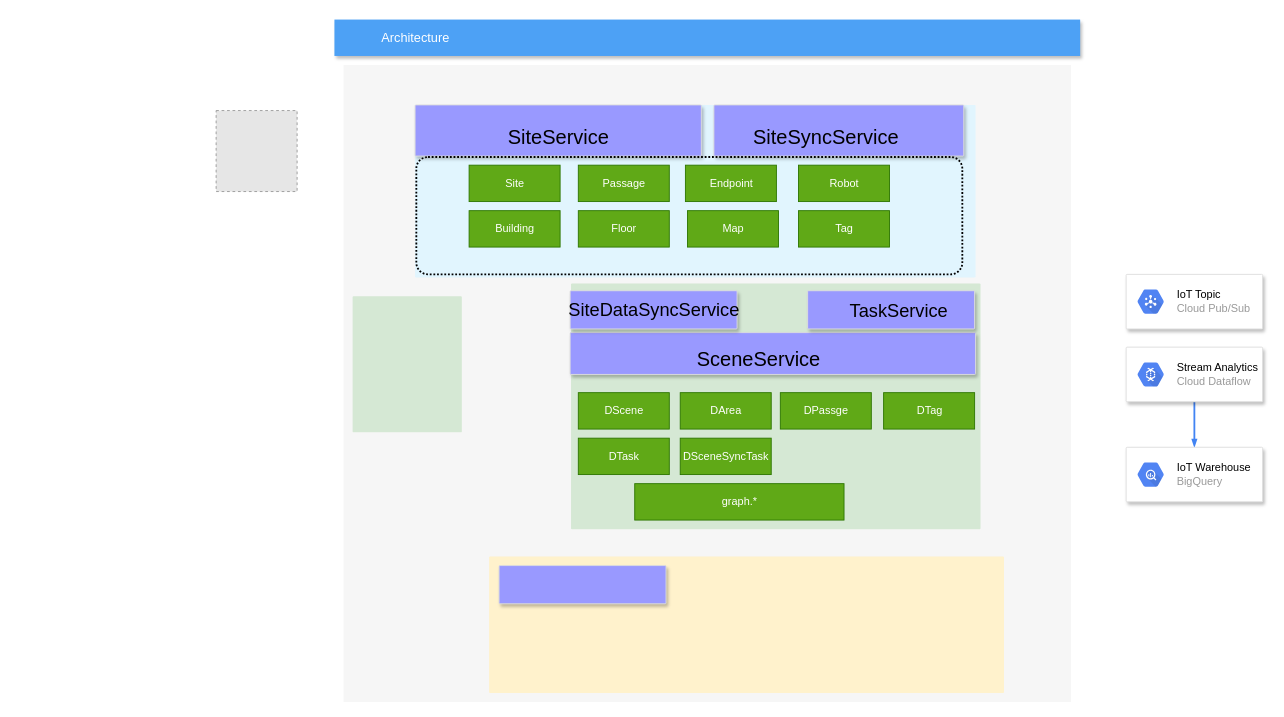
Before: craft/a_site_model_1.drawio in feihu618/drawio, a draw.io diagram. Source tidied: cells renumbered, new cells numbered last; positions are measured from the earlier drawing's top-left corner, leaving out a move shared by most shapes. Both pictures are drawn from the tidied source at 91%, with x=0, y=0 at pixel (216, 19). Pictures stored in the file or linked from it are replaced by grey dashed boxes.
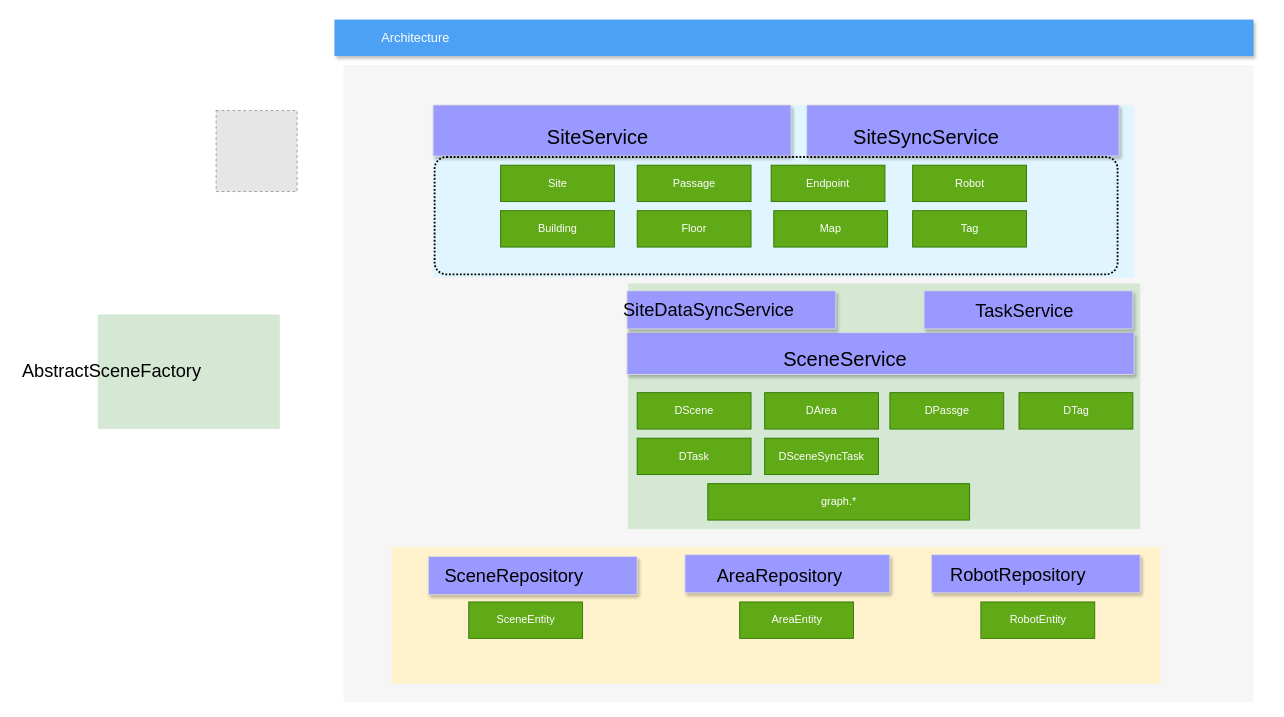
After the change.

Change to the diagram source:
```diff
@@
     <mxCell id="2" style="fillColor=#F6F6F6;strokeColor=none;shadow=0;gradientColor=none;fontSize=14;align=left;spacing=10;fontColor=#717171;9E9E9E;verticalAlign=top;spacingTop=-4;fontStyle=0;spacingLeft=40;html=1;" parent="1" vertex="1">
-      <mxGeometry x="140" y="50" width="799.5" height="700" as="geometry" />
+      <mxGeometry x="140" y="50" width="1000" height="700" as="geometry" />
     </mxCell>
     <mxCell id="3" style="rounded=1;absoluteArcSize=1;arcSize=2;html=1;strokeColor=none;gradientColor=none;shadow=0;dashed=0;strokeColor=none;fontSize=12;fontColor=#9E9E9E;align=left;verticalAlign=top;spacing=10;spacingTop=-4;fillColor=#E1F5FE;" parent="2" vertex="1">
-      <mxGeometry x="78.6" y="43.8" width="616" height="189.6" as="geometry" />
+      <mxGeometry x="98.4" y="43.8" width="770.5" height="189.6" as="geometry" />
     </mxCell>
     <mxCell id="4" style="strokeColor=#dddddd;fillColor=#9999FF;shadow=1;strokeWidth=1;rounded=1;absoluteArcSize=1;arcSize=2;fontSize=10;fontColor=#9E9E9E;align=center;html=1;" parent="2" vertex="1">
-      <mxGeometry x="78.6" y="43.8" width="314.6" height="56.2" as="geometry" />
+      <mxGeometry x="98.4" y="43.8" width="393.4" height="56.2" as="geometry" />
     </mxCell>
     <mxCell id="5" style="rounded=1;absoluteArcSize=1;arcSize=2;html=1;strokeColor=#82b366;shadow=0;dashed=0;strokeColor=none;fontSize=12;align=left;verticalAlign=top;spacing=10;spacingTop=-4;fillColor=#d5e8d4;" parent="2" vertex="1">
-      <mxGeometry x="250" y="240" width="450" height="270" as="geometry" />
+      <mxGeometry x="312.7" y="240" width="562.9" height="270" as="geometry" />
     </mxCell>
     <mxCell id="6" style="rounded=1;absoluteArcSize=1;arcSize=2;html=1;strokeColor=#d6b656;shadow=0;dashed=0;strokeColor=none;fontSize=12;align=left;verticalAlign=top;spacing=10;spacingTop=-4;fillColor=#fff2cc;" parent="2" vertex="1">
-      <mxGeometry x="160" y="540" width="565.8" height="150" as="geometry" />
+      <mxGeometry x="52.6" y="530" width="845.3" height="150" as="geometry" />
     </mxCell>
     <mxCell id="7" style="strokeColor=#dddddd;fillColor=#9999FF;shadow=1;strokeWidth=1;rounded=1;absoluteArcSize=1;arcSize=2;fontSize=10;fontColor=#9E9E9E;align=center;html=1;" parent="2" vertex="1">
-      <mxGeometry x="407" y="43.8" width="274.6" height="56.2" as="geometry" />
+      <mxGeometry x="509" y="43.8" width="343.4" height="56.2" as="geometry" />
     </mxCell>
     <mxCell id="8" style="strokeColor=#dddddd;fillColor=#9999FF;shadow=1;strokeWidth=1;rounded=1;absoluteArcSize=1;arcSize=2;fontSize=10;fontColor=#9E9E9E;align=center;html=1;" parent="2" vertex="1">
-      <mxGeometry x="249" y="294" width="445.6" height="46" as="geometry" />
+      <mxGeometry x="311.5" y="294" width="557.4" height="46" as="geometry" />
     </mxCell>
     <mxCell id="9" style="strokeColor=#dddddd;fillColor=#9999FF;shadow=1;strokeWidth=1;rounded=1;absoluteArcSize=1;arcSize=2;fontSize=10;fontColor=#9E9E9E;align=center;html=1;" parent="2" vertex="1">
-      <mxGeometry x="249" y="248" width="183.5" height="42" as="geometry" />
+      <mxGeometry x="311.5" y="248" width="229.5" height="42" as="geometry" />
     </mxCell>
-    <mxCell id="10" style="rounded=1;absoluteArcSize=1;arcSize=2;html=1;strokeColor=#82b366;shadow=0;dashed=0;strokeColor=none;fontSize=12;align=left;verticalAlign=top;spacing=10;spacingTop=-4;fillColor=#d5e8d4;" parent="2" vertex="1">
-      <mxGeometry x="10" y="254" width="120" height="149.6" as="geometry" />
-    </mxCell>
     <mxCell id="11" style="rounded=1;arcSize=10;dashed=1;fillColor=none;gradientColor=none;dashPattern=1 1;strokeWidth=2;" parent="2" vertex="1">
-      <mxGeometry x="80" y="101" width="600" height="129" as="geometry" />
+      <mxGeometry x="100.1" y="101" width="750.5" height="129" as="geometry" />
     </mxCell>
     <mxCell id="12" value="Site" style="html=1;dashed=0;whitespace=wrap;fillColor=#60a917;fontColor=#ffffff;strokeColor=#2D7600;" parent="2" vertex="1">
-      <mxGeometry x="138" y="110" width="100" height="40" as="geometry" />
+      <mxGeometry x="172.6" y="110" width="125.1" height="40" as="geometry" />
     </mxCell>
     <mxCell id="13" value="Building" style="html=1;dashed=0;whitespace=wrap;fillColor=#60a917;fontColor=#ffffff;strokeColor=#2D7600;" parent="2" vertex="1">
-      <mxGeometry x="138" y="160" width="100" height="40" as="geometry" />
+      <mxGeometry x="172.6" y="160" width="125.1" height="40" as="geometry" />
     </mxCell>
     <mxCell id="14" style="strokeColor=#dddddd;fillColor=#9999FF;shadow=1;strokeWidth=1;rounded=1;absoluteArcSize=1;arcSize=2;fontSize=10;fontColor=#9E9E9E;align=center;html=1;" parent="2" vertex="1">
-      <mxGeometry x="170.9" y="550" width="183.5" height="42" as="geometry" />
+      <mxGeometry x="93.2" y="540" width="229.5" height="42" as="geometry" />
     </mxCell>
     <mxCell id="15" value="Passage" style="html=1;dashed=0;whitespace=wrap;fillColor=#60a917;fontColor=#ffffff;strokeColor=#2D7600;" parent="2" vertex="1">
-      <mxGeometry x="258" y="110" width="100" height="40" as="geometry" />
+      <mxGeometry x="322.7" y="110" width="125.1" height="40" as="geometry" />
     </mxCell>
     <mxCell id="16" value="Floor" style="html=1;dashed=0;whitespace=wrap;fillColor=#60a917;fontColor=#ffffff;strokeColor=#2D7600;" parent="2" vertex="1">
-      <mxGeometry x="258" y="160" width="100" height="40" as="geometry" />
+      <mxGeometry x="322.7" y="160" width="125.1" height="40" as="geometry" />
     </mxCell>
     <mxCell id="17" value="Tag" style="html=1;dashed=0;whitespace=wrap;fillColor=#60a917;fontColor=#ffffff;strokeColor=#2D7600;" parent="2" vertex="1">
-      <mxGeometry x="500" y="160" width="100" height="40" as="geometry" />
+      <mxGeometry x="625.4" y="160" width="125.1" height="40" as="geometry" />
     </mxCell>
     <mxCell id="18" value="Endpoint" style="html=1;dashed=0;whitespace=wrap;fillColor=#60a917;fontColor=#ffffff;strokeColor=#2D7600;" parent="2" vertex="1">
-      <mxGeometry x="375.7" y="110" width="100" height="40" as="geometry" />
+      <mxGeometry x="469.9" y="110" width="125.1" height="40" as="geometry" />
     </mxCell>
     <mxCell id="19" value="Map" style="html=1;dashed=0;whitespace=wrap;fillColor=#60a917;fontColor=#ffffff;strokeColor=#2D7600;" parent="2" vertex="1">
-      <mxGeometry x="378" y="160" width="100" height="40" as="geometry" />
+      <mxGeometry x="472.8" y="160" width="125.1" height="40" as="geometry" />
     </mxCell>
     <mxCell id="20" value="DScene" style="html=1;dashed=0;whitespace=wrap;fillColor=#60a917;fontColor=#ffffff;strokeColor=#2D7600;" parent="2" vertex="1">
-      <mxGeometry x="258" y="360" width="100" height="40" as="geometry" />
+      <mxGeometry x="322.7" y="360" width="125.1" height="40" as="geometry" />
     </mxCell>
     <mxCell id="21" value="DArea" style="html=1;dashed=0;whitespace=wrap;fillColor=#60a917;fontColor=#ffffff;strokeColor=#2D7600;" parent="2" vertex="1">
-      <mxGeometry x="370" y="360" width="100" height="40" as="geometry" />
+      <mxGeometry x="462.8" y="360" width="125.1" height="40" as="geometry" />
     </mxCell>
     <mxCell id="22" value="DTag" style="html=1;dashed=0;whitespace=wrap;fillColor=#60a917;fontColor=#ffffff;strokeColor=#2D7600;" parent="2" vertex="1">
-      <mxGeometry x="593.5" y="360" width="100" height="40" as="geometry" />
+      <mxGeometry x="742.3" y="360" width="125.1" height="40" as="geometry" />
     </mxCell>
     <mxCell id="23" value="&lt;span style=&quot;font-size: 22px&quot;&gt;SiteService&lt;/span&gt;" style="text;html=1;align=center;verticalAlign=middle;fillColor=none;strokeColor=none;rounded=0;" parent="2" vertex="1">
-      <mxGeometry x="170.9" y="70" width="130" height="20" as="geometry" />
+      <mxGeometry x="213.8" y="70" width="130" height="20" as="geometry" />
     </mxCell>
     <mxCell id="24" value="SiteSyncService" style="text;html=1;align=center;verticalAlign=middle;fillColor=none;strokeColor=none;rounded=0;fontSize=22;" parent="2" vertex="1">
-      <mxGeometry x="440" y="65" width="180" height="30" as="geometry" />
+      <mxGeometry x="550.3" y="65" width="180" height="30" as="geometry" />
     </mxCell>
     <mxCell id="25" value="SceneService" style="text;html=1;align=center;verticalAlign=middle;fillColor=none;strokeColor=none;rounded=0;fontSize=22;" parent="2" vertex="1">
-      <mxGeometry x="380.7" y="309" width="150" height="30" as="geometry" />
+      <mxGeometry x="476.1" y="309" width="150" height="30" as="geometry" />
     </mxCell>
     <mxCell id="26" value="&lt;font style=&quot;font-size: 20px&quot;&gt;SiteDataSyncService&lt;/font&gt;" style="text;html=1;align=center;verticalAlign=middle;fillColor=none;strokeColor=none;rounded=0;fontSize=22;" parent="2" vertex="1">
-      <mxGeometry x="240.8" y="254" width="200" height="30" as="geometry" />
+      <mxGeometry x="301.2" y="254" width="200" height="30" as="geometry" />
     </mxCell>
     <mxCell id="27" style="strokeColor=#dddddd;fillColor=#9999FF;shadow=1;strokeWidth=1;rounded=1;absoluteArcSize=1;arcSize=2;fontSize=10;fontColor=#9E9E9E;align=center;html=1;" parent="2" vertex="1">
-      <mxGeometry x="510" y="248" width="183.5" height="42" as="geometry" />
+      <mxGeometry x="637.9" y="248" width="229.5" height="42" as="geometry" />
     </mxCell>
     <mxCell id="28" value="TaskService" style="text;html=1;align=center;verticalAlign=middle;fillColor=none;strokeColor=none;rounded=0;fontSize=20;" parent="2" vertex="1">
-      <mxGeometry x="550" y="254" width="120" height="30" as="geometry" />
+      <mxGeometry x="687.9" y="254" width="120" height="30" as="geometry" />
     </mxCell>
     <mxCell id="29" value="Robot" style="html=1;dashed=0;whitespace=wrap;fillColor=#60a917;fontColor=#ffffff;strokeColor=#2D7600;" parent="2" vertex="1">
-      <mxGeometry x="500" y="110" width="100" height="40" as="geometry" />
+      <mxGeometry x="625.4" y="110" width="125.1" height="40" as="geometry" />
     </mxCell>
     <mxCell id="30" value="DPassge" style="html=1;dashed=0;whitespace=wrap;fillColor=#60a917;fontColor=#ffffff;strokeColor=#2D7600;" parent="2" vertex="1">
-      <mxGeometry x="480" y="360" width="100" height="40" as="geometry" />
+      <mxGeometry x="600.4" y="360" width="125.1" height="40" as="geometry" />
     </mxCell>
     <mxCell id="31" value="DTask" style="html=1;dashed=0;whitespace=wrap;fillColor=#60a917;fontColor=#ffffff;strokeColor=#2D7600;" parent="2" vertex="1">
-      <mxGeometry x="258" y="410" width="100" height="40" as="geometry" />
+      <mxGeometry x="322.7" y="410" width="125.1" height="40" as="geometry" />
     </mxCell>
     <mxCell id="32" value="DSceneSyncTask" style="html=1;dashed=0;whitespace=wrap;fillColor=#60a917;fontColor=#ffffff;strokeColor=#2D7600;" parent="2" vertex="1">
-      <mxGeometry x="370" y="410" width="100" height="40" as="geometry" />
+      <mxGeometry x="462.8" y="410" width="125.1" height="40" as="geometry" />
     </mxCell>
     <mxCell id="33" value="graph.*" style="html=1;dashed=0;whitespace=wrap;fillColor=#60a917;fontColor=#ffffff;strokeColor=#2D7600;" parent="2" vertex="1">
-      <mxGeometry x="320" y="460" width="230" height="40" as="geometry" />
+      <mxGeometry x="400.3" y="460" width="287.7" height="40" as="geometry" />
     </mxCell>
+    <mxCell id="43" value="SceneRepository" style="text;html=1;align=center;verticalAlign=middle;fillColor=none;strokeColor=none;rounded=0;fontSize=20;" parent="2" vertex="1">
+      <mxGeometry x="101.6" y="546" width="170" height="30" as="geometry" />
+    </mxCell>
+    <mxCell id="44" value="SceneEntity" style="html=1;dashed=0;whitespace=wrap;fillColor=#60a917;fontColor=#ffffff;strokeColor=#2D7600;" parent="2" vertex="1">
+      <mxGeometry x="137.6" y="590" width="125.1" height="40" as="geometry" />
+    </mxCell>
+    <mxCell id="45" style="strokeColor=#dddddd;fillColor=#9999FF;shadow=1;strokeWidth=1;rounded=1;absoluteArcSize=1;arcSize=2;fontSize=10;fontColor=#9E9E9E;align=center;html=1;" parent="2" vertex="1">
+      <mxGeometry x="375.2" y="538" width="225.1" height="42" as="geometry" />
+    </mxCell>
+    <mxCell id="46" value="AreaRepository" style="text;html=1;align=center;verticalAlign=middle;fillColor=none;strokeColor=none;rounded=0;fontSize=20;" parent="2" vertex="1">
+      <mxGeometry x="404" y="546" width="150" height="30" as="geometry" />
+    </mxCell>
+    <mxCell id="47" value="AreaEntity" style="html=1;dashed=0;whitespace=wrap;fillColor=#60a917;fontColor=#ffffff;strokeColor=#2D7600;" parent="2" vertex="1">
+      <mxGeometry x="435.3" y="590" width="125.1" height="40" as="geometry" />
+    </mxCell>
+    <mxCell id="48" style="strokeColor=#dddddd;fillColor=#9999FF;shadow=1;strokeWidth=1;rounded=1;absoluteArcSize=1;arcSize=2;fontSize=10;fontColor=#9E9E9E;align=center;html=1;" parent="2" vertex="1">
+      <mxGeometry x="646" y="538" width="229.5" height="42" as="geometry" />
+    </mxCell>
+    <mxCell id="49" value="RobotRepository" style="text;html=1;align=center;verticalAlign=middle;fillColor=none;strokeColor=none;rounded=0;fontSize=20;" parent="2" vertex="1">
+      <mxGeometry x="660.7" y="544" width="160" height="30" as="geometry" />
+    </mxCell>
+    <mxCell id="50" value="RobotEntity" style="html=1;dashed=0;whitespace=wrap;fillColor=#60a917;fontColor=#ffffff;strokeColor=#2D7600;" parent="2" vertex="1">
+      <mxGeometry x="700.4" y="590" width="125.1" height="40" as="geometry" />
+    </mxCell>
     <mxCell id="34" value="Architecture" style="fillColor=#4DA1F5;strokeColor=none;shadow=1;gradientColor=none;fontSize=14;align=left;spacingLeft=50;fontColor=#ffffff;html=1;" parent="1" vertex="1">
-      <mxGeometry x="130" width="819.5" height="40" as="geometry" />
+      <mxGeometry x="130" width="1010" height="40" as="geometry" />
     </mxCell>
-    <mxCell id="35" style="strokeColor=#dddddd;fillColor=#ffffff;shadow=1;strokeWidth=1;rounded=1;absoluteArcSize=1;arcSize=2;fontSize=10;fontColor=#9E9E9E;align=center;html=1;" parent="1" vertex="1">
-      <mxGeometry x="1000" y="280" width="150" height="60" as="geometry" />
-    </mxCell>
-    <mxCell id="36" value="&lt;font color=&quot;#000000&quot;&gt;IoT Topic&lt;/font&gt;&lt;br&gt;Cloud Pub/Sub" style="dashed=0;html=1;fillColor=#5184F3;strokeColor=none;shape=mxgraph.gcp2.hexIcon;prIcon=cloud_pubsub;labelPosition=right;verticalLabelPosition=middle;align=left;verticalAlign=middle;spacingLeft=5;fontColor=#999999;fontSize=12;" parent="35" vertex="1">
-      <mxGeometry y="0.5" width="44" height="39" relative="1" as="geometry">
-        <mxPoint x="5" y="-19.5" as="offset" />
-      </mxGeometry>
-    </mxCell>
-    <mxCell id="37" style="edgeStyle=elbowEdgeStyle;rounded=0;elbow=vertical;html=1;labelBackgroundColor=none;startArrow=none;startFill=0;startSize=4;endArrow=blockThin;endFill=1;endSize=4;jettySize=auto;strokeColor=#4284F3;strokeWidth=2;fontSize=12;fontColor=#000000;align=center;dashed=0;" parent="1" edge="1" source="38" target="40">
-      <mxGeometry relative="1" as="geometry" />
-    </mxCell>
-    <mxCell id="38" style="strokeColor=#dddddd;fillColor=#ffffff;shadow=1;strokeWidth=1;rounded=1;absoluteArcSize=1;arcSize=2;fontSize=10;fontColor=#9E9E9E;align=center;html=1;" parent="1" vertex="1">
-      <mxGeometry x="1000" y="360" width="150" height="60" as="geometry" />
-    </mxCell>
-    <mxCell id="39" value="&lt;font color=&quot;#000000&quot;&gt;Stream Analytics&lt;/font&gt;&lt;br&gt;Cloud Dataflow" style="dashed=0;html=1;fillColor=#5184F3;strokeColor=none;shape=mxgraph.gcp2.hexIcon;prIcon=cloud_dataflow;labelPosition=right;verticalLabelPosition=middle;align=left;verticalAlign=middle;spacingLeft=5;fontColor=#999999;fontSize=12;" parent="38" vertex="1">
-      <mxGeometry y="0.5" width="44" height="39" relative="1" as="geometry">
-        <mxPoint x="5" y="-19.5" as="offset" />
-      </mxGeometry>
-    </mxCell>
-    <mxCell id="40" style="strokeColor=#dddddd;fillColor=#ffffff;shadow=1;strokeWidth=1;rounded=1;absoluteArcSize=1;arcSize=2;fontSize=10;fontColor=#9E9E9E;align=center;html=1;" parent="1" vertex="1">
-      <mxGeometry x="1000" y="470" width="150" height="60" as="geometry" />
-    </mxCell>
-    <mxCell id="41" value="&lt;font color=&quot;#000000&quot;&gt;IoT Warehouse&lt;/font&gt;&lt;br&gt;BigQuery" style="dashed=0;html=1;fillColor=#5184F3;strokeColor=none;shape=mxgraph.gcp2.hexIcon;prIcon=bigquery;labelPosition=right;verticalLabelPosition=middle;align=left;verticalAlign=middle;spacingLeft=5;fontColor=#999999;fontSize=12;" parent="40" vertex="1">
-      <mxGeometry y="0.5" width="44" height="39" relative="1" as="geometry">
-        <mxPoint x="5" y="-19.5" as="offset" />
-      </mxGeometry>
-    </mxCell>
@@
+    <mxCell id="10" style="rounded=1;absoluteArcSize=1;arcSize=2;html=1;strokeColor=#82b366;shadow=0;dashed=0;strokeColor=none;fontSize=12;align=left;verticalAlign=top;spacing=10;spacingTop=-4;fillColor=#d5e8d4;" parent="1" vertex="1">
+      <mxGeometry x="-130" y="324" width="200" height="126" as="geometry" />
+    </mxCell>
+    <mxCell id="51" value="AbstractSceneFactory" style="text;html=1;align=center;verticalAlign=middle;fillColor=none;strokeColor=none;rounded=0;fontSize=20;" parent="1" vertex="1">
+      <mxGeometry x="-220" y="370" width="210" height="30" as="geometry" />
+    </mxCell>
```
